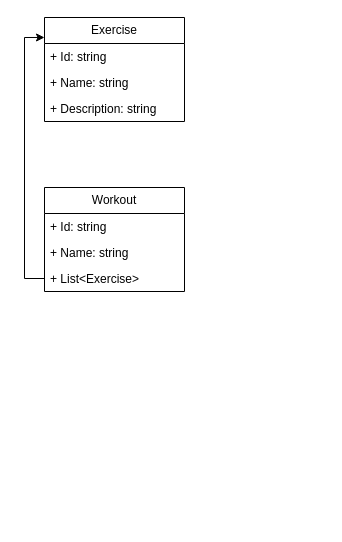
The draw.io diagram WorkoutAppUML.drawio in ajlile98/exercise-planner, before the edit. Source tidied: cells renumbered, new cells numbered last; positions are measured from the earlier drawing's top-left corner, leaving out a move shared by most shapes. Both pictures are drawn from the tidied source at 100%, with x=0, y=0 at pixel (44, 17).
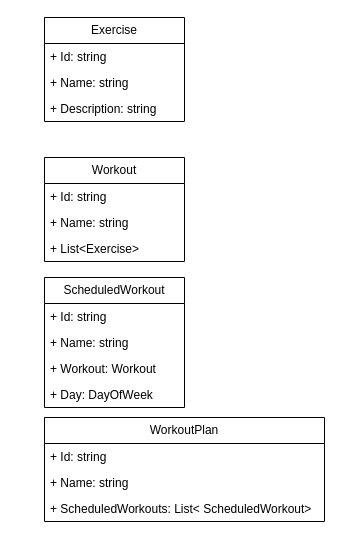
Above is the later version.

The edit, as a diff of the source:
```diff
@@
 <mxGraphModel>
   <root>
     <mxCell id="0" />
     <mxCell id="1" parent="0" />
     <mxCell id="2" value="Exercise" style="swimlane;fontStyle=0;horizontal=1;startSize=26;fillColor=none;whiteSpace=wrap;html=1;" parent="1" vertex="1">
       <mxGeometry width="140" height="104" as="geometry" />
     </mxCell>
     <mxCell id="3" value="+ Id: string" style="text;strokeColor=none;fillColor=none;align=left;verticalAlign=top;spacingLeft=4;spacingRight=4;overflow=hidden;whiteSpace=wrap;html=1;" parent="2" vertex="1">
       <mxGeometry y="26" width="140" height="26" as="geometry" />
     </mxCell>
     <mxCell id="4" value="+ Name: string" style="text;strokeColor=none;fillColor=none;align=left;verticalAlign=top;spacingLeft=4;spacingRight=4;overflow=hidden;whiteSpace=wrap;html=1;" parent="2" vertex="1">
       <mxGeometry y="52" width="140" height="26" as="geometry" />
     </mxCell>
     <mxCell id="5" value="+ Description: string" style="text;strokeColor=none;fillColor=none;align=left;verticalAlign=top;spacingLeft=4;spacingRight=4;overflow=hidden;whiteSpace=wrap;html=1;" parent="2" vertex="1">
       <mxGeometry y="78" width="140" height="26" as="geometry" />
     </mxCell>
     <mxCell id="6" value="Workout" style="swimlane;fontStyle=0;horizontal=1;startSize=26;fillColor=none;whiteSpace=wrap;html=1;" parent="1" vertex="1">
-      <mxGeometry y="170" width="140" height="104" as="geometry" />
+      <mxGeometry y="140" width="140" height="104" as="geometry" />
     </mxCell>
     <mxCell id="7" value="+ Id: string" style="text;strokeColor=none;fillColor=none;align=left;verticalAlign=top;spacingLeft=4;spacingRight=4;overflow=hidden;whiteSpace=wrap;html=1;" parent="6" vertex="1">
       <mxGeometry y="26" width="140" height="26" as="geometry" />
     </mxCell>
     <mxCell id="8" value="+ Name: string" style="text;strokeColor=none;fillColor=none;align=left;verticalAlign=top;spacingLeft=4;spacingRight=4;overflow=hidden;whiteSpace=wrap;html=1;" parent="6" vertex="1">
       <mxGeometry y="52" width="140" height="26" as="geometry" />
     </mxCell>
     <mxCell id="9" value="+ List&amp;lt;Exercise&amp;gt;" style="text;strokeColor=none;fillColor=none;align=left;verticalAlign=top;spacingLeft=4;spacingRight=4;overflow=hidden;points=[[0,0.5],[1,0.5]];portConstraint=eastwest;whiteSpace=wrap;html=1;" parent="6" vertex="1">
       <mxGeometry y="78" width="140" height="26" as="geometry" />
     </mxCell>
-    <mxCell id="10" style="edgeStyle=orthogonalEdgeStyle;rounded=0;jettySize=auto;html=1;exitX=0;exitY=0.5;exitDx=0;exitDy=0;entryX=0;entryY=0.192;entryDx=0;entryDy=0;entryPerimeter=0;" parent="1" edge="1" source="9" target="2">
-      <mxGeometry relative="1" as="geometry" />
-    </mxCell>
+    <mxCell id="11" value="WorkoutPlan" style="swimlane;fontStyle=0;horizontal=1;startSize=26;fillColor=none;whiteSpace=wrap;html=1;" parent="1" vertex="1">
+      <mxGeometry y="400" width="280" height="104" as="geometry" />
+    </mxCell>
+    <mxCell id="12" value="+ Id: string" style="text;strokeColor=none;fillColor=none;align=left;verticalAlign=top;spacingLeft=4;spacingRight=4;overflow=hidden;whiteSpace=wrap;html=1;" parent="11" vertex="1">
+      <mxGeometry y="26" width="280" height="26" as="geometry" />
+    </mxCell>
+    <mxCell id="13" value="+ Name: string" style="text;strokeColor=none;fillColor=none;align=left;verticalAlign=top;spacingLeft=4;spacingRight=4;overflow=hidden;whiteSpace=wrap;html=1;" parent="11" vertex="1">
+      <mxGeometry y="52" width="280" height="26" as="geometry" />
+    </mxCell>
+    <mxCell id="14" value="+ ScheduledWorkouts: List&amp;lt; ScheduledWorkout&amp;gt;" style="text;strokeColor=none;fillColor=none;align=left;verticalAlign=top;spacingLeft=4;spacingRight=4;overflow=hidden;whiteSpace=wrap;html=1;" parent="11" vertex="1">
+      <mxGeometry y="78" width="280" height="26" as="geometry" />
+    </mxCell>
+    <mxCell id="15" value="ScheduledWorkout" style="swimlane;fontStyle=0;horizontal=1;startSize=26;fillColor=none;whiteSpace=wrap;html=1;" parent="1" vertex="1">
+      <mxGeometry y="260" width="140" height="130" as="geometry" />
+    </mxCell>
+    <mxCell id="16" value="+ Id: string" style="text;strokeColor=none;fillColor=none;align=left;verticalAlign=top;spacingLeft=4;spacingRight=4;overflow=hidden;whiteSpace=wrap;html=1;" parent="15" vertex="1">
+      <mxGeometry y="26" width="140" height="26" as="geometry" />
+    </mxCell>
+    <mxCell id="17" value="+ Name: string" style="text;strokeColor=none;fillColor=none;align=left;verticalAlign=top;spacingLeft=4;spacingRight=4;overflow=hidden;whiteSpace=wrap;html=1;" parent="15" vertex="1">
+      <mxGeometry y="52" width="140" height="26" as="geometry" />
+    </mxCell>
+    <mxCell id="18" value="+ Workout: Workout" style="text;strokeColor=none;fillColor=none;align=left;verticalAlign=top;spacingLeft=4;spacingRight=4;overflow=hidden;whiteSpace=wrap;html=1;" parent="15" vertex="1">
+      <mxGeometry y="78" width="140" height="26" as="geometry" />
+    </mxCell>
+    <mxCell id="19" value="+ Day: DayOfWeek" style="text;strokeColor=none;fillColor=none;align=left;verticalAlign=top;spacingLeft=4;spacingRight=4;overflow=hidden;whiteSpace=wrap;html=1;" parent="15" vertex="1">
+      <mxGeometry y="104" width="140" height="26" as="geometry" />
+    </mxCell>
   </root>
 </mxGraphModel>
```
